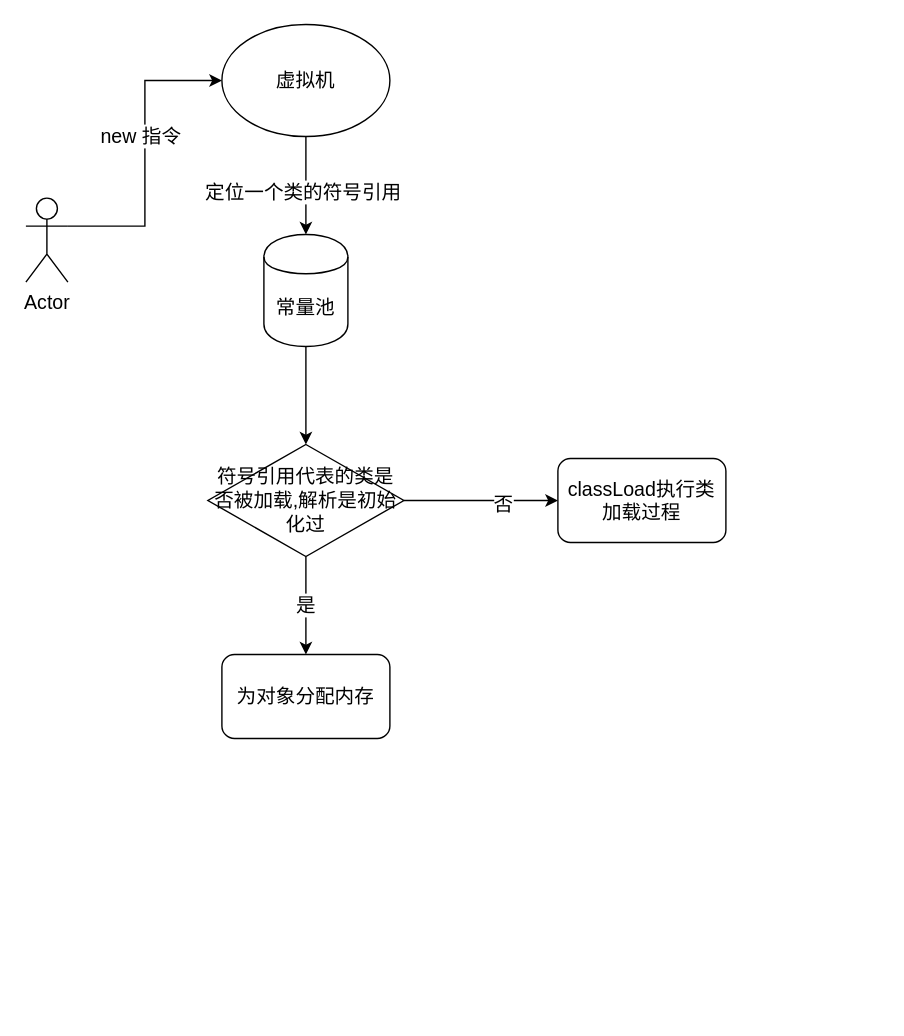
Earlier version of the draw.io diagram 未命名绘图.drawio (wushengqiang/mydoc). Source tidied: cells renumbered, new cells numbered last; positions are measured from the earlier drawing's top-left corner, leaving out a move shared by most shapes. Both pictures are drawn from the tidied source at 140%, with x=0, y=0 at pixel (25, 24).
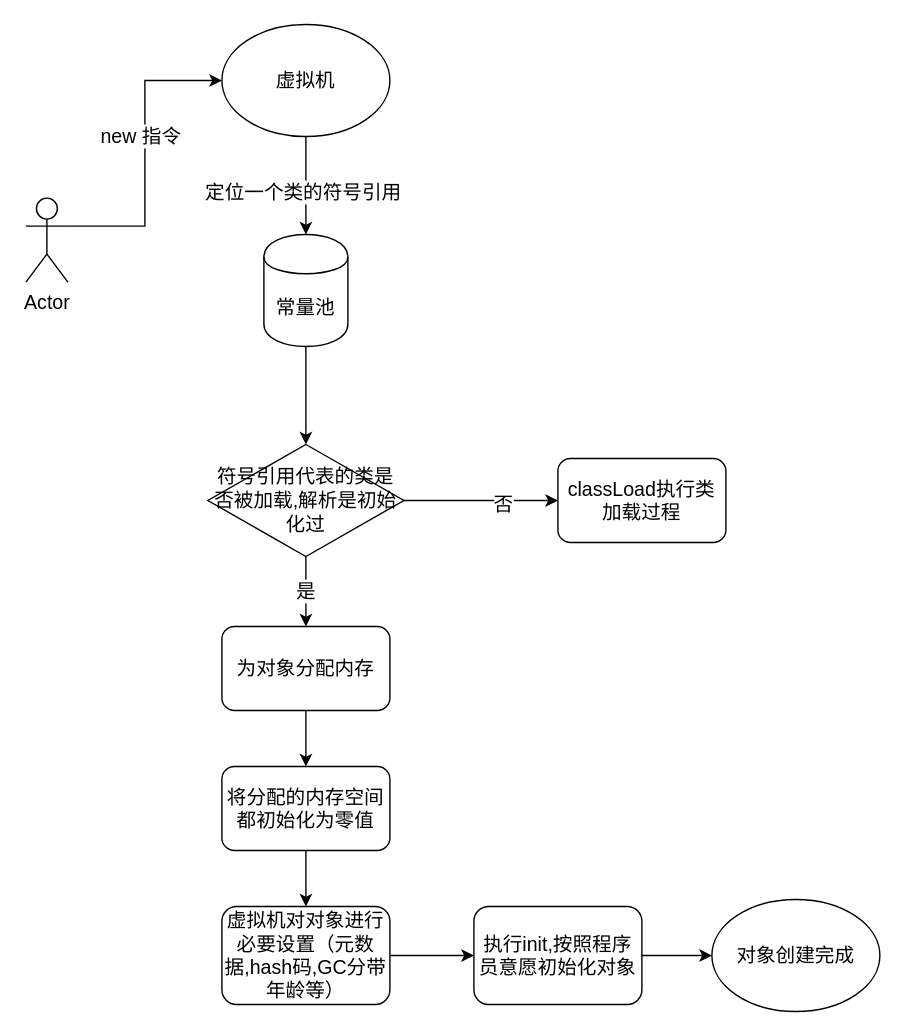
The same diagram, later.

Commit message:
java对象创建过程.drawio

Change to the diagram source:
```diff
@@
+    <mxCell id="16" style="edgeStyle=orthogonalEdgeStyle;rounded=0;jettySize=auto;html=1;entryX=0.5;entryY=0;entryDx=0;entryDy=0;fontSize=14;" parent="1" edge="1" source="15" target="18">
+      <mxGeometry relative="1" as="geometry" />
+    </mxCell>
     <mxCell id="15" value="为对象分配内存" style="rounded=1;whiteSpace=wrap;html=1;fontSize=14;" parent="1" vertex="1">
-      <mxGeometry x="140" y="450" width="120" height="60" as="geometry" />
+      <mxGeometry x="140" y="430" width="120" height="60" as="geometry" />
     </mxCell>
+    <mxCell id="17" style="edgeStyle=orthogonalEdgeStyle;rounded=0;jettySize=auto;html=1;fontSize=14;" parent="1" edge="1" source="18" target="20">
+      <mxGeometry relative="1" as="geometry" />
+    </mxCell>
+    <mxCell id="18" value="将分配的内存空间都初始化为零值" style="rounded=1;whiteSpace=wrap;html=1;fontSize=14;" parent="1" vertex="1">
+      <mxGeometry x="140" y="530" width="120" height="60" as="geometry" />
+    </mxCell>
+    <mxCell id="19" style="edgeStyle=orthogonalEdgeStyle;rounded=0;jettySize=auto;html=1;entryX=0;entryY=0.5;entryDx=0;entryDy=0;fontSize=14;" parent="1" edge="1" source="20" target="22">
+      <mxGeometry relative="1" as="geometry" />
+    </mxCell>
+    <mxCell id="20" value="虚拟机对对象进行必要设置（元数据,hash码,GC分带年龄等）" style="rounded=1;whiteSpace=wrap;html=1;fontSize=14;" parent="1" vertex="1">
+      <mxGeometry x="140" y="630" width="120" height="70" as="geometry" />
+    </mxCell>
+    <mxCell id="21" style="edgeStyle=orthogonalEdgeStyle;rounded=0;jettySize=auto;html=1;entryX=0;entryY=0.5;entryDx=0;entryDy=0;fontSize=14;" parent="1" edge="1" source="22" target="23">
+      <mxGeometry relative="1" as="geometry" />
+    </mxCell>
+    <mxCell id="22" value="执行init,按照程序员意愿初始化对象" style="rounded=1;whiteSpace=wrap;html=1;fontSize=14;" parent="1" vertex="1">
+      <mxGeometry x="320" y="630" width="120" height="70" as="geometry" />
+    </mxCell>
+    <mxCell id="23" value="对象创建完成" style="ellipse;whiteSpace=wrap;html=1;fontSize=14;" parent="1" vertex="1">
+      <mxGeometry x="490" y="625" width="120" height="80" as="geometry" />
+    </mxCell>
```
